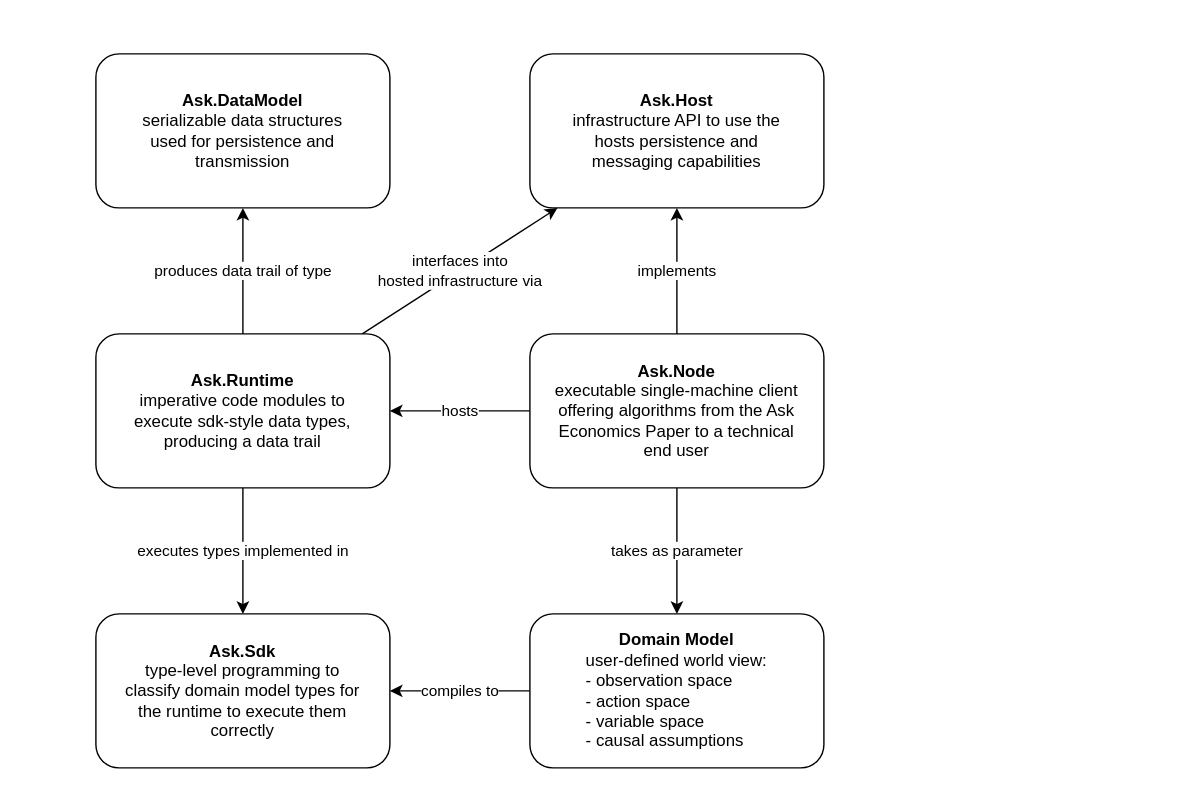
Before: repository.drawio in BrunoZell/ask.network, a draw.io diagram. Source tidied: cells renumbered, new cells numbered last; positions are measured from the earlier drawing's top-left corner, leaving out a move shared by most shapes. Both pictures are drawn from the tidied source at 140%, with x=0, y=0 at pixel (95, 53).
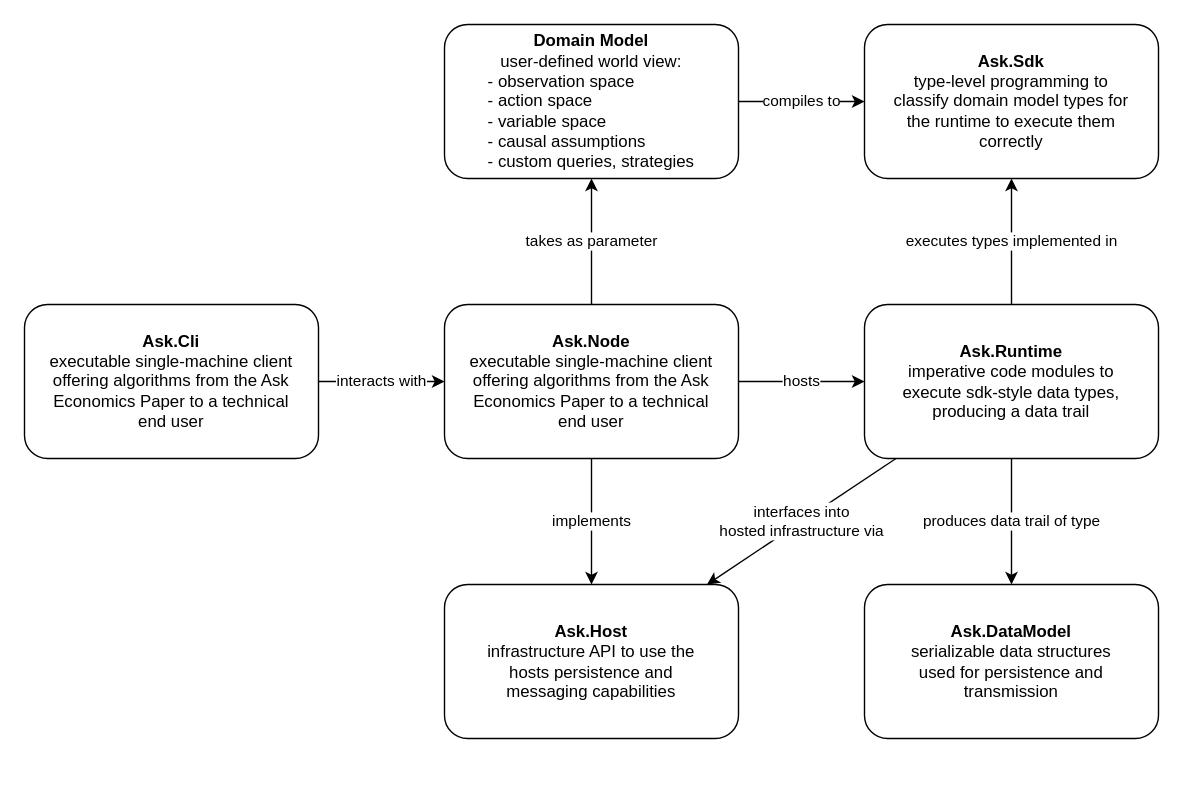
After the change.

What changed in the source:
```diff
@@
 <mxGraphModel>
   <root>
     <mxCell id="0" />
     <mxCell id="1" parent="0" />
-    <mxCell id="2" value="executes types implemented in" style="edgeStyle=orthogonalEdgeStyle;rounded=0;jettySize=auto;html=1;entryX=0.5;entryY=0;entryDx=0;entryDy=0;" parent="1" edge="1" source="5" target="10">
+    <mxCell id="2" value="executes types implemented in" style="edgeStyle=orthogonalEdgeStyle;rounded=0;jettySize=auto;html=1;entryX=0.5;entryY=1;entryDx=0;entryDy=0;" parent="1" edge="1" source="5" target="10">
       <mxGeometry relative="1" as="geometry" />
     </mxCell>
-    <mxCell id="3" value="produces data trail of type" style="edgeStyle=orthogonalEdgeStyle;rounded=0;jettySize=auto;html=1;entryX=0.5;entryY=1;entryDx=0;entryDy=0;" parent="1" edge="1" source="5" target="13">
+    <mxCell id="3" value="produces data trail of type" style="edgeStyle=orthogonalEdgeStyle;rounded=0;jettySize=auto;html=1;entryX=0.5;entryY=0;entryDx=0;entryDy=0;" parent="1" edge="1" source="5" target="13">
       <mxGeometry relative="1" as="geometry" />
     </mxCell>
     <mxCell id="4" value="interfaces into&lt;br&gt;hosted infrastructure via" style="rounded=0;jettySize=auto;html=1;" parent="1" edge="1" source="5" target="14">
       <mxGeometry relative="1" as="geometry" />
     </mxCell>
     <mxCell id="5" value="&lt;b&gt;Ask.Runtime&lt;/b&gt;&lt;br&gt;imperative code modules to execute sdk-style data types, producing a data trail" style="rounded=1;whiteSpace=wrap;html=1;spacing=18;" parent="1" vertex="1">
-      <mxGeometry y="200" width="210" height="110" as="geometry" />
+      <mxGeometry x="549" y="179" width="210" height="110" as="geometry" />
     </mxCell>
     <mxCell id="6" value="hosts" style="edgeStyle=orthogonalEdgeStyle;rounded=0;jettySize=auto;html=1;" parent="1" edge="1" source="9" target="5">
       <mxGeometry relative="1" as="geometry" />
     </mxCell>
-    <mxCell id="7" value="takes as parameter" style="edgeStyle=orthogonalEdgeStyle;rounded=0;jettySize=auto;html=1;entryX=0.5;entryY=0;entryDx=0;entryDy=0;" parent="1" edge="1" source="9" target="12">
+    <mxCell id="7" value="takes as parameter" style="edgeStyle=orthogonalEdgeStyle;rounded=0;jettySize=auto;html=1;entryX=0.5;entryY=1;entryDx=0;entryDy=0;" parent="1" edge="1" source="9" target="12">
       <mxGeometry relative="1" as="geometry" />
     </mxCell>
     <mxCell id="8" value="implements" style="edgeStyle=orthogonalEdgeStyle;rounded=0;jettySize=auto;html=1;" parent="1" edge="1" source="9" target="14">
       <mxGeometry relative="1" as="geometry" />
     </mxCell>
     <mxCell id="9" value="&lt;b&gt;Ask.Node&lt;/b&gt;&lt;br&gt;executable single-machine client offering algorithms from the Ask Economics Paper to a technical end user" style="rounded=1;whiteSpace=wrap;html=1;spacing=18;" parent="1" vertex="1">
-      <mxGeometry x="310" y="200" width="210" height="110" as="geometry" />
+      <mxGeometry x="249" y="179" width="210" height="110" as="geometry" />
     </mxCell>
     <mxCell id="10" value="&lt;b&gt;Ask.Sdk&lt;/b&gt;&lt;br&gt;type-level programming to classify domain model types for the runtime to execute them correctly" style="rounded=1;whiteSpace=wrap;html=1;spacing=18;" parent="1" vertex="1">
-      <mxGeometry y="400" width="210" height="110" as="geometry" />
+      <mxGeometry x="549" y="-21" width="210" height="110" as="geometry" />
     </mxCell>
-    <mxCell id="11" value="compiles to" style="edgeStyle=orthogonalEdgeStyle;rounded=0;jettySize=auto;html=1;entryX=1;entryY=0.5;entryDx=0;entryDy=0;" parent="1" edge="1" source="12" target="10">
+    <mxCell id="11" value="compiles to" style="edgeStyle=orthogonalEdgeStyle;rounded=0;jettySize=auto;html=1;entryX=0;entryY=0.5;entryDx=0;entryDy=0;" parent="1" edge="1" source="12" target="10">
       <mxGeometry relative="1" as="geometry" />
     </mxCell>
-    <mxCell id="12" value="&lt;b&gt;Domain Model&lt;/b&gt;&lt;br&gt;user-defined world view:&lt;br&gt;&lt;div style=&quot;text-align: left&quot;&gt;&lt;span&gt;- observation space&lt;/span&gt;&lt;/div&gt;&lt;div style=&quot;text-align: left&quot;&gt;&lt;span&gt;- action space&lt;/span&gt;&lt;/div&gt;&lt;div style=&quot;text-align: left&quot;&gt;&lt;span&gt;- variable space&lt;/span&gt;&lt;/div&gt;&lt;div style=&quot;text-align: left&quot;&gt;&lt;span&gt;- causal assumptions&lt;/span&gt;&lt;/div&gt;" style="rounded=1;whiteSpace=wrap;html=1;spacing=18;" parent="1" vertex="1">
-      <mxGeometry x="310" y="400" width="210" height="110" as="geometry" />
+    <mxCell id="12" value="&lt;b&gt;Domain Model&lt;/b&gt;&lt;br&gt;user-defined world view:&lt;br&gt;&lt;div style=&quot;text-align: left&quot;&gt;&lt;span&gt;- observation space&lt;/span&gt;&lt;/div&gt;&lt;div style=&quot;text-align: left&quot;&gt;&lt;span&gt;- action space&lt;/span&gt;&lt;/div&gt;&lt;div style=&quot;text-align: left&quot;&gt;&lt;span&gt;- variable space&lt;/span&gt;&lt;/div&gt;&lt;div style=&quot;text-align: left&quot;&gt;&lt;span&gt;- causal assumptions&lt;/span&gt;&lt;/div&gt;&lt;div style=&quot;text-align: left&quot;&gt;&lt;span&gt;- custom queries, strategies&lt;/span&gt;&lt;/div&gt;" style="rounded=1;whiteSpace=wrap;html=1;spacing=18;" parent="1" vertex="1">
+      <mxGeometry x="249" y="-21" width="210" height="110" as="geometry" />
     </mxCell>
     <mxCell id="13" value="&lt;b&gt;Ask.DataModel&lt;/b&gt;&lt;br&gt;serializable data structures&lt;br&gt;used for persistence and transmission" style="rounded=1;whiteSpace=wrap;html=1;spacing=18;" parent="1" vertex="1">
-      <mxGeometry width="210" height="110" as="geometry" />
+      <mxGeometry x="549" y="379" width="210" height="110" as="geometry" />
     </mxCell>
     <mxCell id="14" value="&lt;b&gt;Ask.Host&lt;/b&gt;&lt;br&gt;infrastructure API to use the hosts persistence and messaging capabilities" style="rounded=1;whiteSpace=wrap;html=1;spacing=18;" parent="1" vertex="1">
-      <mxGeometry x="310" width="210" height="110" as="geometry" />
+      <mxGeometry x="249" y="379" width="210" height="110" as="geometry" />
     </mxCell>
+    <mxCell id="15" value="interacts with" style="edgeStyle=orthogonalEdgeStyle;rounded=0;jettySize=auto;html=1;entryX=0;entryY=0.5;entryDx=0;entryDy=0;" parent="1" edge="1" source="16" target="9">
+      <mxGeometry relative="1" as="geometry" />
+    </mxCell>
+    <mxCell id="16" value="&lt;b&gt;Ask.Cli&lt;/b&gt;&lt;br&gt;executable single-machine client offering algorithms from the Ask Economics Paper to a technical end user" style="rounded=1;whiteSpace=wrap;html=1;spacing=18;" parent="1" vertex="1">
+      <mxGeometry x="-51" y="179" width="210" height="110" as="geometry" />
+    </mxCell>
   </root>
 </mxGraphModel>
```
